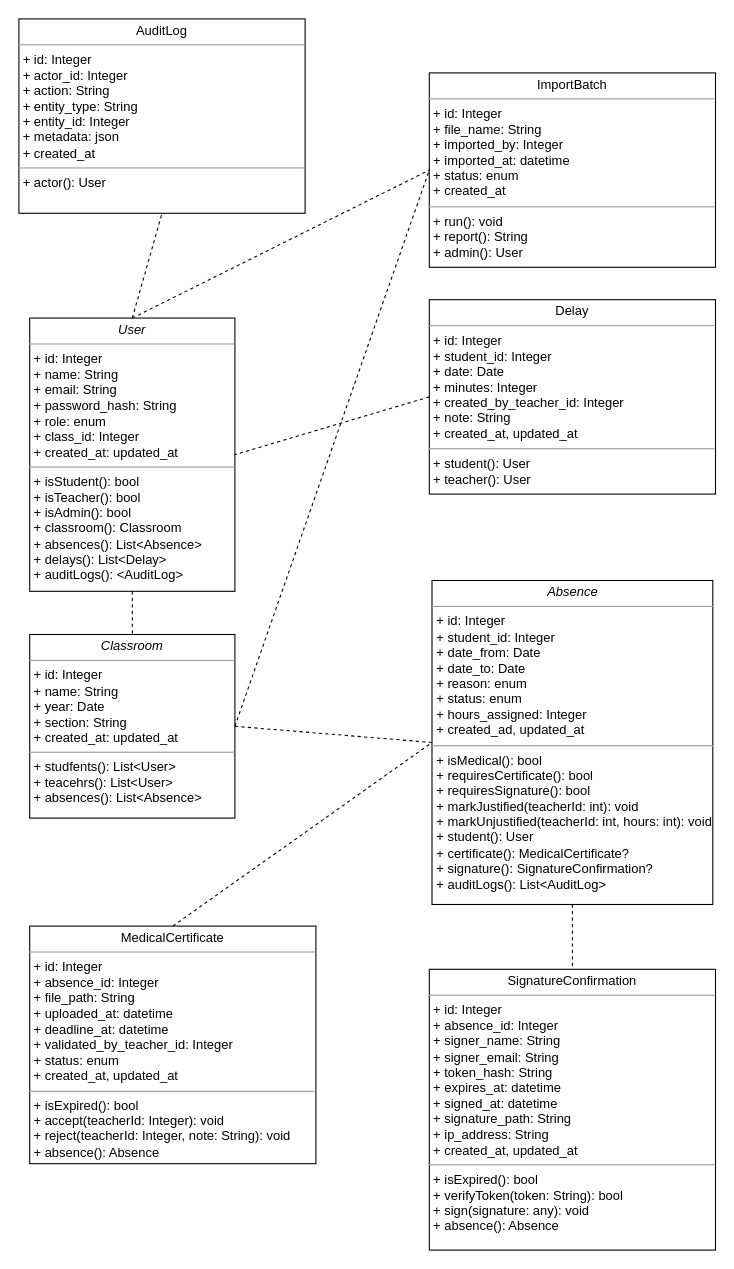
The draw.io diagram 7_Allegati/Class-Diagram/Class-diagram.drawio in NemanjaZecevicMain/ProgettoSemestraleGit, before the edit. Source tidied: cells renumbered, new cells numbered last; positions are measured from the earlier drawing's top-left corner, leaving out a move shared by most shapes. Both pictures are drawn from the tidied source at 108%, with x=0, y=0 at pixel (18, 18).
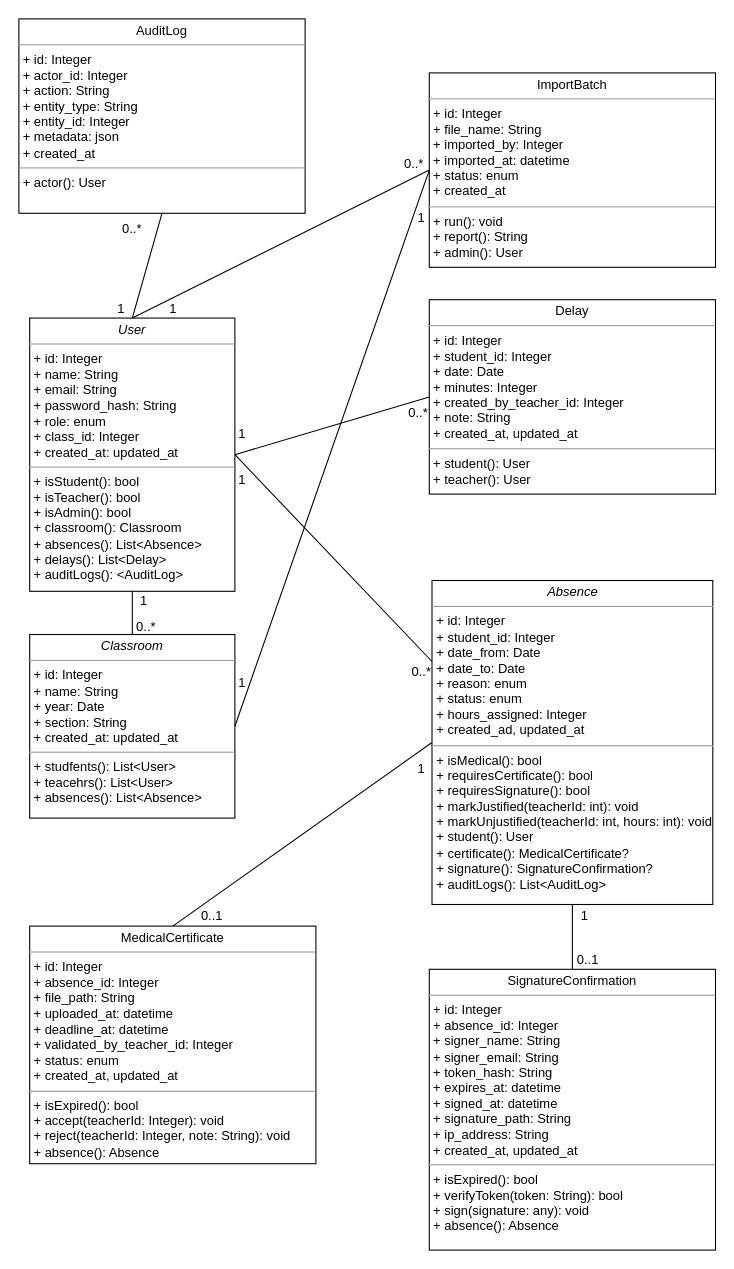
After the change.

Commit message (it also covers changes not shown here):
Class diagram aggiornato

Unchanged cells that the change refers to:
```xml
<mxCell id="2" value="&lt;p style=&quot;margin:0px;margin-top:4px;text-align:center;&quot;&gt;&lt;i&gt;User&lt;/i&gt;&lt;/p&gt;&lt;hr size=&quot;1&quot;&gt;&lt;p style=&quot;margin:0px;margin-left:4px;&quot;&gt;+ id: Integer&lt;br&gt;+ name: String&lt;/p&gt;&lt;p style=&quot;margin:0px;margin-left:4px;&quot;&gt;+ email:&amp;nbsp;&lt;span style=&quot;background-color: transparent; color: light-dark(rgb(0, 0, 0), rgb(255, 255, 255));&quot;&gt;String&lt;/span&gt;&lt;/p&gt;&lt;p style=&quot;margin:0px;margin-left:4px;&quot;&gt;+ password_hash:&amp;nbsp;&lt;span style=&quot;background-color: transparent; color: light-dark(rgb(0, 0, 0), rgb(255, 255, 255));&quot;&gt;String&lt;/span&gt;&lt;/p&gt;&lt;p style=&quot;margin:0px;margin-left:4px;&quot;&gt;+ role: enum&lt;/p&gt;&lt;p style=&quot;margin:0px;margin-left:4px;&quot;&gt;+ class_id:&amp;nbsp;&lt;span style=&quot;background-color: transparent; color: light-dark(rgb(0, 0, 0), rgb(255, 255, 255));&quot;&gt;Integer&lt;/span&gt;&lt;/p&gt;&lt;p style=&quot;margin:0px;margin-left:4px;&quot;&gt;+ created_at: updated_at&lt;/p&gt;&lt;hr size=&quot;1&quot;&gt;&lt;p style=&quot;margin:0px;margin-left:4px;&quot;&gt;+ isStudent(): bool&lt;br&gt;+ isTeacher(): bool&lt;/p&gt;&lt;p style=&quot;margin:0px;margin-left:4px;&quot;&gt;+ isAdmin(): bool&lt;br&gt;+ classroom(): Classroom&lt;/p&gt;&lt;p style=&quot;margin:0px;margin-left:4px;&quot;&gt;+ absences(): List&amp;lt;Absence&amp;gt;&lt;br&gt;+ delays(): List&amp;lt;Delay&amp;gt;&lt;/p&gt;&lt;p style=&quot;margin:0px;margin-left:4px;&quot;&gt;+ auditLogs(): &amp;lt;AuditLog&amp;gt;&lt;br&gt;&lt;/p&gt;" style="verticalAlign=top;align=left;overflow=fill;fontSize=12;fontFamily=Helvetica;html=1;rounded=0;shadow=0;comic=0;labelBackgroundColor=none;strokeWidth=1;" parent="1" vertex="1">
  <mxGeometry x="10" y="277" width="190" height="253" as="geometry" />
</mxCell>
<mxCell id="3" value="&lt;p style=&quot;margin:0px;margin-top:4px;text-align:center;&quot;&gt;&lt;i&gt;Classroom&lt;/i&gt;&lt;/p&gt;&lt;hr size=&quot;1&quot;&gt;&lt;p style=&quot;margin:0px;margin-left:4px;&quot;&gt;+ id: Integer&lt;br&gt;+ name: String&lt;/p&gt;&lt;p style=&quot;margin:0px;margin-left:4px;&quot;&gt;+ year:&amp;nbsp;&lt;span style=&quot;background-color: transparent; color: light-dark(rgb(0, 0, 0), rgb(255, 255, 255));&quot;&gt;Date&lt;/span&gt;&lt;/p&gt;&lt;p style=&quot;margin:0px;margin-left:4px;&quot;&gt;+ section:&amp;nbsp;&lt;span style=&quot;background-color: transparent; color: light-dark(rgb(0, 0, 0), rgb(255, 255, 255));&quot;&gt;String&lt;/span&gt;&lt;/p&gt;&lt;p style=&quot;margin:0px;margin-left:4px;&quot;&gt;+ created_at: updated_at&lt;/p&gt;&lt;hr size=&quot;1&quot;&gt;&lt;p style=&quot;margin:0px;margin-left:4px;&quot;&gt;&lt;span style=&quot;background-color: transparent; color: light-dark(rgb(0, 0, 0), rgb(255, 255, 255));&quot;&gt;+ studfents(): List&amp;lt;User&amp;gt;&lt;/span&gt;&lt;/p&gt;&lt;p style=&quot;margin:0px;margin-left:4px;&quot;&gt;+ teacehrs():&amp;nbsp;&lt;span style=&quot;background-color: transparent; color: light-dark(rgb(0, 0, 0), rgb(255, 255, 255));&quot;&gt;List&amp;lt;User&amp;gt;&lt;/span&gt;&lt;/p&gt;&lt;p style=&quot;margin:0px;margin-left:4px;&quot;&gt;+ absences(): List&amp;lt;Absence&amp;gt;&lt;/p&gt;" style="verticalAlign=top;align=left;overflow=fill;fontSize=12;fontFamily=Helvetica;html=1;rounded=0;shadow=0;comic=0;labelBackgroundColor=none;strokeWidth=1;" parent="1" vertex="1">
  <mxGeometry x="10" y="570" width="190" height="170" as="geometry" />
</mxCell>
<mxCell id="4" value="&lt;p style=&quot;margin:0px;margin-top:4px;text-align:center;&quot;&gt;&lt;i&gt;Absence&lt;/i&gt;&lt;/p&gt;&lt;hr size=&quot;1&quot;&gt;&lt;p style=&quot;margin:0px;margin-left:4px;&quot;&gt;+ id: Integer&lt;br&gt;+ student_id: Integer&lt;br&gt;&lt;/p&gt;&lt;p style=&quot;margin:0px;margin-left:4px;&quot;&gt;+ date_from: Date&lt;/p&gt;&lt;p style=&quot;margin:0px;margin-left:4px;&quot;&gt;+ date_to: Date&lt;/p&gt;&lt;p style=&quot;margin:0px;margin-left:4px;&quot;&gt;+ reason: enum&lt;/p&gt;&lt;p style=&quot;margin:0px;margin-left:4px;&quot;&gt;+ status: enum&lt;/p&gt;&lt;p style=&quot;margin:0px;margin-left:4px;&quot;&gt;+ hours_assigned: Integer&lt;/p&gt;&lt;p style=&quot;margin:0px;margin-left:4px;&quot;&gt;+ created_ad, updated_at&lt;/p&gt;&lt;hr size=&quot;1&quot;&gt;&lt;p style=&quot;margin:0px;margin-left:4px;&quot;&gt;+ isMedical(): bool&lt;/p&gt;&lt;p style=&quot;margin:0px;margin-left:4px;&quot;&gt;+ requiresCertificate(): bool&lt;/p&gt;&lt;p style=&quot;margin:0px;margin-left:4px;&quot;&gt;+ requiresSignature(): bool&lt;/p&gt;&lt;p style=&quot;margin:0px;margin-left:4px;&quot;&gt;+ markJustified(teacherId: int): void&lt;/p&gt;&lt;p style=&quot;margin:0px;margin-left:4px;&quot;&gt;+ markUnjustified(teacherId: int, hours: int): void&lt;/p&gt;&lt;p style=&quot;margin:0px;margin-left:4px;&quot;&gt;+ student(): User&lt;/p&gt;&lt;p style=&quot;margin:0px;margin-left:4px;&quot;&gt;+ certificate(): MedicalCertificate?&lt;/p&gt;&lt;p style=&quot;margin:0px;margin-left:4px;&quot;&gt;+ signature(): SignatureConfirmation?&lt;/p&gt;&lt;p style=&quot;margin:0px;margin-left:4px;&quot;&gt;+&amp;nbsp;&lt;span style=&quot;background-color: transparent; color: light-dark(rgb(0, 0, 0), rgb(255, 255, 255));&quot;&gt;auditLogs(): List&amp;lt;AuditLog&amp;gt;&lt;/span&gt;&lt;/p&gt;" style="verticalAlign=top;align=left;overflow=fill;fontSize=12;fontFamily=Helvetica;html=1;rounded=0;shadow=0;comic=0;labelBackgroundColor=none;strokeWidth=1;" parent="1" vertex="1">
  <mxGeometry x="382.5" y="520" width="260" height="300" as="geometry" />
</mxCell>
<mxCell id="5" value="&lt;p style=&quot;margin:0px;margin-top:4px;text-align:center;&quot;&gt;Delay&lt;/p&gt;&lt;hr size=&quot;1&quot;&gt;&lt;p style=&quot;margin:0px;margin-left:4px;&quot;&gt;+ id: Integer&lt;/p&gt;&lt;p style=&quot;margin:0px;margin-left:4px;&quot;&gt;+ student_id: Integer&lt;/p&gt;&lt;p style=&quot;margin:0px;margin-left:4px;&quot;&gt;+ date: Date&lt;/p&gt;&lt;p style=&quot;margin:0px;margin-left:4px;&quot;&gt;+ minutes: Integer&lt;/p&gt;&lt;p style=&quot;margin:0px;margin-left:4px;&quot;&gt;+ created_by_teacher_id: Integer&lt;/p&gt;&lt;p style=&quot;margin:0px;margin-left:4px;&quot;&gt;+ note: String&lt;/p&gt;&lt;p style=&quot;margin:0px;margin-left:4px;&quot;&gt;+ created_at, updated_at&lt;/p&gt;&lt;hr size=&quot;1&quot;&gt;&lt;p style=&quot;margin:0px;margin-left:4px;&quot;&gt;+ student(): User&lt;/p&gt;&lt;p style=&quot;margin:0px;margin-left:4px;&quot;&gt;+ teacher(): User&lt;/p&gt;" style="verticalAlign=top;align=left;overflow=fill;fontSize=12;fontFamily=Helvetica;html=1;rounded=0;shadow=0;comic=0;labelBackgroundColor=none;strokeWidth=1;" parent="1" vertex="1">
  <mxGeometry x="380" y="260" width="265" height="180" as="geometry" />
</mxCell>
<mxCell id="6" value="&lt;p style=&quot;margin:0px;margin-top:4px;text-align:center;&quot;&gt;MedicalCertificate&lt;/p&gt;&lt;hr size=&quot;1&quot;&gt;&lt;p style=&quot;margin:0px;margin-left:4px;&quot;&gt;+ id: Integer&lt;/p&gt;&lt;p style=&quot;margin:0px;margin-left:4px;&quot;&gt;+ absence_id: Integer&lt;/p&gt;&lt;p style=&quot;margin:0px;margin-left:4px;&quot;&gt;+ file_path: String&lt;/p&gt;&lt;p style=&quot;margin:0px;margin-left:4px;&quot;&gt;+ uploaded_at: datetime&lt;/p&gt;&lt;p style=&quot;margin:0px;margin-left:4px;&quot;&gt;+ deadline_at: datetime&lt;/p&gt;&lt;p style=&quot;margin:0px;margin-left:4px;&quot;&gt;+ validated_by_teacher_id: Integer&lt;/p&gt;&lt;p style=&quot;margin:0px;margin-left:4px;&quot;&gt;+ status: enum&lt;/p&gt;&lt;p style=&quot;margin:0px;margin-left:4px;&quot;&gt;+ created_at, updated_at&lt;/p&gt;&lt;hr size=&quot;1&quot;&gt;&lt;p style=&quot;margin:0px;margin-left:4px;&quot;&gt;+ isExpired(): bool&lt;/p&gt;&lt;p style=&quot;margin:0px;margin-left:4px;&quot;&gt;+ accept(teacherId: Integer): void&lt;/p&gt;&lt;p style=&quot;margin:0px;margin-left:4px;&quot;&gt;+ reject(teacherId: Integer, note: String): void&lt;/p&gt;&lt;p style=&quot;margin:0px;margin-left:4px;&quot;&gt;+ absence(): Absence&lt;/p&gt;" style="verticalAlign=top;align=left;overflow=fill;fontSize=12;fontFamily=Helvetica;html=1;rounded=0;shadow=0;comic=0;labelBackgroundColor=none;strokeWidth=1;" parent="1" vertex="1">
  <mxGeometry x="10" y="840" width="265" height="220" as="geometry" />
</mxCell>
<mxCell id="7" value="&lt;p style=&quot;margin:0px;margin-top:4px;text-align:center;&quot;&gt;SignatureConfirmation&lt;/p&gt;&lt;hr size=&quot;1&quot;&gt;&lt;p style=&quot;margin:0px;margin-left:4px;&quot;&gt;+ id: Integer&lt;/p&gt;&lt;p style=&quot;margin:0px;margin-left:4px;&quot;&gt;+ absence_id: Integer&lt;/p&gt;&lt;p style=&quot;margin:0px;margin-left:4px;&quot;&gt;+ signer_name: String&lt;/p&gt;&lt;p style=&quot;margin:0px;margin-left:4px;&quot;&gt;+ signer_email: String&lt;/p&gt;&lt;p style=&quot;margin:0px;margin-left:4px;&quot;&gt;+ token_hash: String&lt;/p&gt;&lt;p style=&quot;margin:0px;margin-left:4px;&quot;&gt;+ expires_at: datetime&lt;/p&gt;&lt;p style=&quot;margin:0px;margin-left:4px;&quot;&gt;+ signed_at: datetime&lt;/p&gt;&lt;p style=&quot;margin:0px;margin-left:4px;&quot;&gt;+ signature_path: String&lt;/p&gt;&lt;p style=&quot;margin:0px;margin-left:4px;&quot;&gt;+ ip_address: String&lt;/p&gt;&lt;p style=&quot;margin:0px;margin-left:4px;&quot;&gt;+ created_at, updated_at&lt;/p&gt;&lt;hr size=&quot;1&quot;&gt;&lt;p style=&quot;margin:0px;margin-left:4px;&quot;&gt;+ isExpired(): bool&lt;/p&gt;&lt;p style=&quot;margin:0px;margin-left:4px;&quot;&gt;+ verifyToken(token: String): bool&lt;/p&gt;&lt;p style=&quot;margin:0px;margin-left:4px;&quot;&gt;+ sign(signature: any): void&lt;/p&gt;&lt;p style=&quot;margin:0px;margin-left:4px;&quot;&gt;+ absence(): Absence&lt;/p&gt;" style="verticalAlign=top;align=left;overflow=fill;fontSize=12;fontFamily=Helvetica;html=1;rounded=0;shadow=0;comic=0;labelBackgroundColor=none;strokeWidth=1;" parent="1" vertex="1">
  <mxGeometry x="380" y="880" width="265" height="260" as="geometry" />
</mxCell>
<mxCell id="8" value="&lt;p style=&quot;margin:0px;margin-top:4px;text-align:center;&quot;&gt;AuditLog&lt;/p&gt;&lt;hr size=&quot;1&quot;&gt;&lt;p style=&quot;margin:0px;margin-left:4px;&quot;&gt;+ id: Integer&lt;/p&gt;&lt;p style=&quot;margin:0px;margin-left:4px;&quot;&gt;+ actor_id: Integer&lt;/p&gt;&lt;p style=&quot;margin:0px;margin-left:4px;&quot;&gt;+ action: String&lt;/p&gt;&lt;p style=&quot;margin:0px;margin-left:4px;&quot;&gt;+ entity_type: String&lt;/p&gt;&lt;p style=&quot;margin:0px;margin-left:4px;&quot;&gt;+ entity_id: Integer&lt;/p&gt;&lt;p style=&quot;margin:0px;margin-left:4px;&quot;&gt;+ metadata: json&lt;/p&gt;&lt;p style=&quot;margin:0px;margin-left:4px;&quot;&gt;+ created_at&lt;/p&gt;&lt;hr size=&quot;1&quot;&gt;&lt;p style=&quot;margin:0px;margin-left:4px;&quot;&gt;+ actor(): User&lt;br&gt;&lt;/p&gt;" style="verticalAlign=top;align=left;overflow=fill;fontSize=12;fontFamily=Helvetica;html=1;rounded=0;shadow=0;comic=0;labelBackgroundColor=none;strokeWidth=1;" parent="1" vertex="1">
  <mxGeometry width="265" height="180" as="geometry" />
</mxCell>
<mxCell id="9" value="&lt;p style=&quot;margin:0px;margin-top:4px;text-align:center;&quot;&gt;ImportBatch&lt;/p&gt;&lt;hr size=&quot;1&quot;&gt;&lt;p style=&quot;margin:0px;margin-left:4px;&quot;&gt;+ id: Integer&lt;/p&gt;&lt;p style=&quot;margin:0px;margin-left:4px;&quot;&gt;+ file_name: String&lt;/p&gt;&lt;p style=&quot;margin:0px;margin-left:4px;&quot;&gt;+ imported_by: Integer&lt;/p&gt;&lt;p style=&quot;margin:0px;margin-left:4px;&quot;&gt;+ imported_at: datetime&lt;/p&gt;&lt;p style=&quot;margin:0px;margin-left:4px;&quot;&gt;+ status: enum&lt;/p&gt;&lt;p style=&quot;margin:0px;margin-left:4px;&quot;&gt;+ created_at&lt;/p&gt;&lt;hr size=&quot;1&quot;&gt;&lt;p style=&quot;margin:0px;margin-left:4px;&quot;&gt;+ run(): void&lt;br&gt;&lt;/p&gt;&lt;p style=&quot;margin:0px;margin-left:4px;&quot;&gt;+ report(): String&lt;/p&gt;&lt;p style=&quot;margin:0px;margin-left:4px;&quot;&gt;+ admin(): User&lt;/p&gt;" style="verticalAlign=top;align=left;overflow=fill;fontSize=12;fontFamily=Helvetica;html=1;rounded=0;shadow=0;comic=0;labelBackgroundColor=none;strokeWidth=1;" parent="1" vertex="1">
  <mxGeometry x="380" y="50" width="265" height="180" as="geometry" />
</mxCell>
```

Change to the diagram source:
```diff
@@
-    <mxCell id="10" style="endArrow=none;dashed=1;html=1;rounded=0;exitX=0.5;exitY=1;exitDx=0;exitDy=0;entryX=0.5;entryY=0;entryDx=0;entryDy=0;" parent="1" edge="1" source="2" target="3">
+    <mxCell id="10" style="endArrow=none;html=1;rounded=0;exitX=0.5;exitY=1;exitDx=0;exitDy=0;entryX=0.5;entryY=0;entryDx=0;entryDy=0;" parent="1" edge="1" source="2" target="3">
       <mxGeometry relative="1" as="geometry" />
     </mxCell>
-    <mxCell id="11" style="endArrow=none;dashed=1;html=1;rounded=0;entryX=0;entryY=0.5;entryDx=0;entryDy=0;exitX=1;exitY=0.5;exitDx=0;exitDy=0;" parent="1" edge="1" source="3" target="9">
+    <mxCell id="11" style="endArrow=none;html=1;rounded=0;entryX=0;entryY=0.5;entryDx=0;entryDy=0;exitX=1;exitY=0.5;exitDx=0;exitDy=0;" parent="1" edge="1" source="3" target="9">
       <mxGeometry relative="1" as="geometry" />
     </mxCell>
-    <mxCell id="12" style="endArrow=none;dashed=1;html=1;rounded=0;exitX=1;exitY=0.5;exitDx=0;exitDy=0;entryX=0;entryY=0.5;entryDx=0;entryDy=0;" parent="1" edge="1" source="3" target="4">
-      <mxGeometry relative="1" as="geometry" />
-    </mxCell>
-    <mxCell id="13" style="endArrow=none;dashed=1;html=1;rounded=0;entryX=1;entryY=0.5;entryDx=0;entryDy=0;exitX=0;exitY=0.5;exitDx=0;exitDy=0;" parent="1" edge="1" source="5" target="2">
+    <mxCell id="13" style="endArrow=none;html=1;rounded=0;entryX=1;entryY=0.5;entryDx=0;entryDy=0;exitX=0;exitY=0.5;exitDx=0;exitDy=0;" parent="1" edge="1" source="5" target="2">
       <mxGeometry relative="1" as="geometry" />
     </mxCell>
-    <mxCell id="14" style="endArrow=none;dashed=1;html=1;rounded=0;entryX=0;entryY=0.5;entryDx=0;entryDy=0;exitX=0.5;exitY=0;exitDx=0;exitDy=0;" parent="1" edge="1" source="6" target="4">
+    <mxCell id="14" style="endArrow=none;html=1;rounded=0;entryX=0;entryY=0.5;entryDx=0;entryDy=0;exitX=0.5;exitY=0;exitDx=0;exitDy=0;" parent="1" edge="1" source="6" target="4">
       <mxGeometry relative="1" as="geometry" />
     </mxCell>
-    <mxCell id="15" style="endArrow=none;dashed=1;html=1;rounded=0;entryX=0.5;entryY=0;entryDx=0;entryDy=0;exitX=0.5;exitY=1;exitDx=0;exitDy=0;" parent="1" edge="1" source="4" target="7">
+    <mxCell id="15" style="endArrow=none;html=1;rounded=0;entryX=0.5;entryY=0;entryDx=0;entryDy=0;exitX=0.5;exitY=1;exitDx=0;exitDy=0;" parent="1" edge="1" source="4" target="7">
       <mxGeometry relative="1" as="geometry" />
     </mxCell>
-    <mxCell id="16" style="endArrow=none;dashed=1;html=1;rounded=0;entryX=0.5;entryY=1;entryDx=0;entryDy=0;exitX=0.5;exitY=0;exitDx=0;exitDy=0;" parent="1" edge="1" source="2" target="8">
+    <mxCell id="16" style="endArrow=none;html=1;rounded=0;entryX=0.5;entryY=1;entryDx=0;entryDy=0;exitX=0.5;exitY=0;exitDx=0;exitDy=0;" parent="1" edge="1" source="2" target="8">
       <mxGeometry relative="1" as="geometry" />
     </mxCell>
-    <mxCell id="17" style="endArrow=none;dashed=1;html=1;rounded=0;exitX=0.5;exitY=0;exitDx=0;exitDy=0;entryX=0;entryY=0.5;entryDx=0;entryDy=0;" parent="1" edge="1" source="2" target="9">
+    <mxCell id="17" style="endArrow=none;html=1;rounded=0;exitX=0.5;exitY=0;exitDx=0;exitDy=0;entryX=0;entryY=0.5;entryDx=0;entryDy=0;" parent="1" edge="1" source="2" target="9">
       <mxGeometry relative="1" as="geometry" />
     </mxCell>
+    <mxCell id="18" value="1" style="text;html=1;whiteSpace=wrap;strokeColor=none;fillColor=none;align=center;verticalAlign=middle;rounded=0;" parent="1" vertex="1">
+      <mxGeometry x="106" y="534" width="20" height="10" as="geometry" />
+    </mxCell>
+    <mxCell id="19" value="0..*" style="text;html=1;whiteSpace=wrap;strokeColor=none;fillColor=none;align=center;verticalAlign=middle;rounded=0;" parent="1" vertex="1">
+      <mxGeometry x="108" y="558" width="20" height="10" as="geometry" />
+    </mxCell>
+    <mxCell id="20" value="1" style="text;html=1;whiteSpace=wrap;strokeColor=none;fillColor=none;align=center;verticalAlign=middle;rounded=0;" parent="1" vertex="1">
+      <mxGeometry x="197" y="422" width="20" height="10" as="geometry" />
+    </mxCell>
+    <mxCell id="21" style="endArrow=none;html=1;rounded=0;entryX=1;entryY=0.5;entryDx=0;entryDy=0;exitX=0;exitY=0.25;exitDx=0;exitDy=0;" parent="1" edge="1" source="4" target="2">
+      <mxGeometry relative="1" as="geometry" />
+    </mxCell>
+    <mxCell id="22" value="0..*" style="text;html=1;whiteSpace=wrap;strokeColor=none;fillColor=none;align=center;verticalAlign=middle;rounded=0;" parent="1" vertex="1">
+      <mxGeometry x="362.5" y="600" width="20" height="10" as="geometry" />
+    </mxCell>
+    <mxCell id="23" value="1" style="text;html=1;whiteSpace=wrap;strokeColor=none;fillColor=none;align=center;verticalAlign=middle;rounded=0;" parent="1" vertex="1">
+      <mxGeometry x="197" y="380" width="20" height="10" as="geometry" />
+    </mxCell>
+    <mxCell id="24" value="0..*" style="text;html=1;whiteSpace=wrap;strokeColor=none;fillColor=none;align=center;verticalAlign=middle;rounded=0;" parent="1" vertex="1">
+      <mxGeometry x="360" y="360" width="20" height="10" as="geometry" />
+    </mxCell>
+    <mxCell id="25" value="1" style="text;html=1;whiteSpace=wrap;strokeColor=none;fillColor=none;align=center;verticalAlign=middle;rounded=0;" parent="1" vertex="1">
+      <mxGeometry x="362.5" y="690" width="20" height="10" as="geometry" />
+    </mxCell>
+    <mxCell id="26" value="0..1" style="text;html=1;whiteSpace=wrap;strokeColor=none;fillColor=none;align=center;verticalAlign=middle;rounded=0;" parent="1" vertex="1">
+      <mxGeometry x="169" y="826" width="20" height="10" as="geometry" />
+    </mxCell>
+    <mxCell id="27" value="1" style="text;html=1;whiteSpace=wrap;strokeColor=none;fillColor=none;align=center;verticalAlign=middle;rounded=0;" parent="1" vertex="1">
+      <mxGeometry x="514" y="826" width="20" height="10" as="geometry" />
+    </mxCell>
+    <mxCell id="28" value="0..1" style="text;html=1;whiteSpace=wrap;strokeColor=none;fillColor=none;align=center;verticalAlign=middle;rounded=0;" parent="1" vertex="1">
+      <mxGeometry x="517" y="867" width="20" height="10" as="geometry" />
+    </mxCell>
+    <mxCell id="29" value="1" style="text;html=1;whiteSpace=wrap;strokeColor=none;fillColor=none;align=center;verticalAlign=middle;rounded=0;" parent="1" vertex="1">
+      <mxGeometry x="85" y="264" width="20" height="10" as="geometry" />
+    </mxCell>
+    <mxCell id="30" value="0..*" style="text;html=1;whiteSpace=wrap;strokeColor=none;fillColor=none;align=center;verticalAlign=middle;rounded=0;" parent="1" vertex="1">
+      <mxGeometry x="95" y="190" width="20" height="10" as="geometry" />
+    </mxCell>
+    <mxCell id="31" value="1" style="text;html=1;whiteSpace=wrap;strokeColor=none;fillColor=none;align=center;verticalAlign=middle;rounded=0;" parent="1" vertex="1">
+      <mxGeometry x="132.5" y="264" width="20" height="10" as="geometry" />
+    </mxCell>
+    <mxCell id="32" value="0..*" style="text;html=1;whiteSpace=wrap;strokeColor=none;fillColor=none;align=center;verticalAlign=middle;rounded=0;" parent="1" vertex="1">
+      <mxGeometry x="356" y="130" width="20" height="10" as="geometry" />
+    </mxCell>
+    <mxCell id="33" value="1" style="text;html=1;whiteSpace=wrap;strokeColor=none;fillColor=none;align=center;verticalAlign=middle;rounded=0;" parent="1" vertex="1">
+      <mxGeometry x="197" y="610" width="20" height="10" as="geometry" />
+    </mxCell>
+    <mxCell id="34" value="1" style="text;html=1;whiteSpace=wrap;strokeColor=none;fillColor=none;align=center;verticalAlign=middle;rounded=0;" parent="1" vertex="1">
+      <mxGeometry x="362.5" y="180" width="20" height="10" as="geometry" />
+    </mxCell>
```
